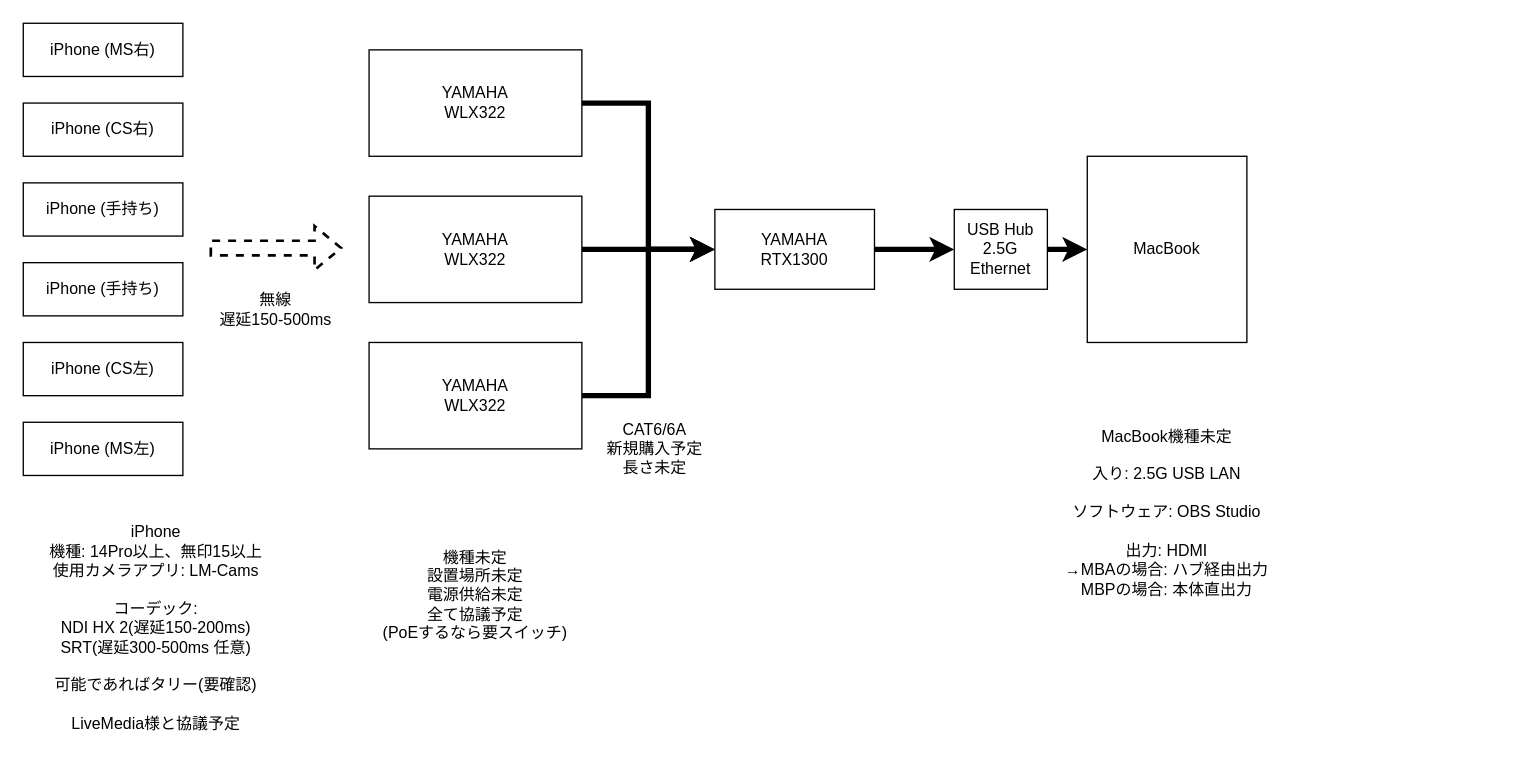
Above: IS祭NW構成図.drawio in mizoyuzu/IS-network (draw.io), before the change. Source tidied: cells renumbered, new cells numbered last; positions are measured from the earlier drawing's top-left corner, leaving out a move shared by most shapes. Both pictures are drawn from the tidied source at 133%, with x=0, y=0 at pixel (23, 23).
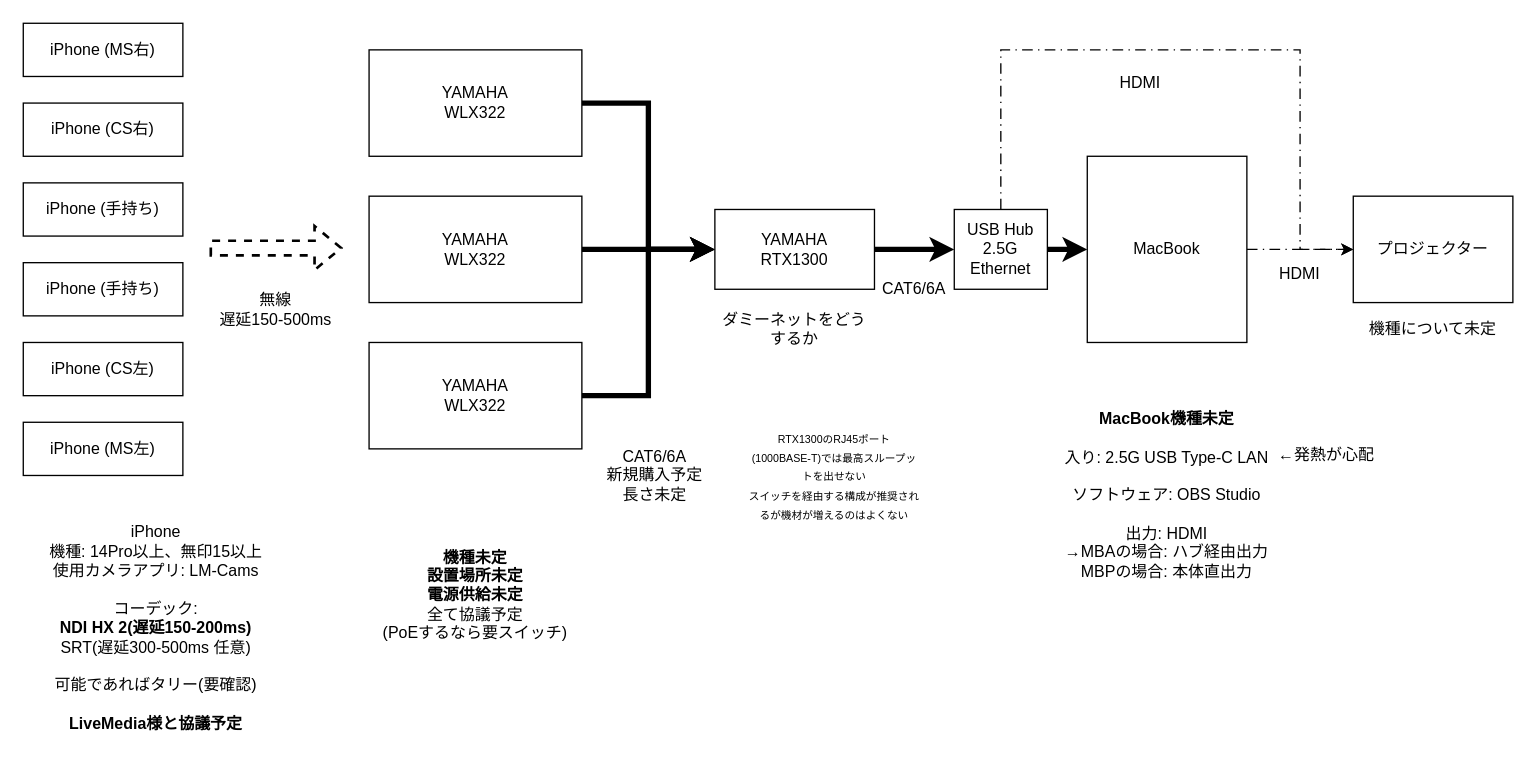
Above is the later version.

Commit message:
IS祭NW構成図.drawio を更新

Unchanged cells that the change refers to:
```xml
<mxCell id="21" value="MacBook" style="whiteSpace=wrap;html=1;rounded=0;" parent="1" vertex="1">
  <mxGeometry x="800" y="100" width="120" height="140" as="geometry" />
</mxCell>
<mxCell id="23" value="&lt;div&gt;USB Hub&lt;/div&gt;&lt;div&gt;2.5G Ethernet&lt;/div&gt;" style="rounded=0;whiteSpace=wrap;html=1;" parent="1" vertex="1">
  <mxGeometry x="700" y="140" width="70" height="60" as="geometry" />
</mxCell>
```

What changed in the source:
```diff
@@
-    <mxCell id="8" value="&lt;div&gt;iPhone&lt;/div&gt;&lt;div&gt;機種: 14Pro以上、無印15以上&lt;/div&gt;&lt;div&gt;使用カメラアプリ: LM-Cams&lt;/div&gt;&lt;div&gt;&lt;br&gt;&lt;/div&gt;&lt;div&gt;コーデック:&lt;/div&gt;&lt;div&gt;NDI HX 2(遅延150-200ms)&lt;/div&gt;&lt;div&gt;SRT(遅延300-500ms 任意)&lt;/div&gt;&lt;div&gt;&lt;br&gt;&lt;/div&gt;&lt;div&gt;可能であればタリー(要確認)&lt;/div&gt;&lt;div&gt;&lt;br&gt;&lt;/div&gt;&lt;div&gt;LiveMedia様と協議予定&lt;/div&gt;" style="text;html=1;whiteSpace=wrap;strokeColor=none;fillColor=none;align=center;verticalAlign=middle;rounded=0;" parent="1" vertex="1">
+    <mxCell id="8" value="&lt;div&gt;iPhone&lt;/div&gt;&lt;div&gt;機種: 14Pro以上、無印15以上&lt;/div&gt;&lt;div&gt;使用カメラアプリ: LM-Cams&lt;/div&gt;&lt;div&gt;&lt;br&gt;&lt;/div&gt;&lt;div&gt;コーデック:&lt;/div&gt;&lt;div&gt;&lt;b&gt;NDI HX 2(遅延150-200ms)&lt;/b&gt;&lt;/div&gt;&lt;div&gt;SRT(遅延300-500ms 任意)&lt;/div&gt;&lt;div&gt;&lt;br&gt;&lt;/div&gt;&lt;div&gt;可能であればタリー(要確認)&lt;/div&gt;&lt;div&gt;&lt;br&gt;&lt;/div&gt;&lt;div&gt;&lt;b&gt;LiveMedia様と協議予定&lt;/b&gt;&lt;/div&gt;" style="text;html=1;whiteSpace=wrap;strokeColor=none;fillColor=none;align=center;verticalAlign=middle;rounded=0;" parent="1" vertex="1">
       <mxGeometry y="360" width="200" height="190" as="geometry" />
     </mxCell>
@@
-    <mxCell id="17" value="&lt;div&gt;機種未定&lt;/div&gt;&lt;div&gt;設置場所未定&lt;/div&gt;&lt;div&gt;電源供給未定&lt;br&gt;全て協議予定&lt;/div&gt;&lt;div&gt;(PoEするなら要スイッチ)&lt;/div&gt;" style="text;html=1;whiteSpace=wrap;strokeColor=none;fillColor=none;align=center;verticalAlign=middle;rounded=0;" parent="1" vertex="1">
+    <mxCell id="17" value="&lt;div&gt;&lt;b&gt;機種未定&lt;/b&gt;&lt;/div&gt;&lt;div&gt;&lt;b&gt;設置場所未定&lt;/b&gt;&lt;/div&gt;&lt;div&gt;&lt;b&gt;電源供給未定&lt;/b&gt;&lt;br&gt;全て協議予定&lt;/div&gt;&lt;div&gt;(PoEするなら要スイッチ)&lt;/div&gt;" style="text;html=1;whiteSpace=wrap;strokeColor=none;fillColor=none;align=center;verticalAlign=middle;rounded=0;" parent="1" vertex="1">
       <mxGeometry x="260" y="380" width="160" height="100" as="geometry" />
     </mxCell>
@@
     <mxCell id="20" value="&lt;div&gt;CAT6/6A&lt;/div&gt;&lt;div&gt;新規購入予定&lt;/div&gt;&lt;div&gt;長さ未定&lt;/div&gt;" style="text;html=1;whiteSpace=wrap;strokeColor=none;fillColor=none;align=center;verticalAlign=middle;rounded=0;" parent="1" vertex="1">
-      <mxGeometry x="420" y="270" width="110" height="100" as="geometry" />
+      <mxGeometry x="420" y="290" width="110" height="100" as="geometry" />
     </mxCell>
+    <mxCell id="25" style="edgeStyle=orthogonalEdgeStyle;rounded=0;jettySize=auto;html=1;dashed=1;dashPattern=8 4 1 4;" parent="1" edge="1" source="21" target="28">
+      <mxGeometry relative="1" as="geometry" />
+    </mxCell>
@@
+    <mxCell id="26" style="edgeStyle=orthogonalEdgeStyle;rounded=0;jettySize=auto;html=1;entryX=0;entryY=0.5;entryDx=0;entryDy=0;dashed=1;dashPattern=8 4 1 4;" parent="1" edge="1" source="23" target="28">
+      <mxGeometry relative="1" as="geometry">
+        <Array as="points">
+          <mxPoint x="735" y="20" />
+          <mxPoint x="960" y="20" />
+          <mxPoint x="960" y="170" />
+        </Array>
+      </mxGeometry>
+    </mxCell>
@@
-    <mxCell id="24" value="&lt;div&gt;MacBook機種未定&lt;/div&gt;&lt;div&gt;&lt;br&gt;&lt;/div&gt;&lt;div&gt;入り: 2.5G USB LAN&lt;/div&gt;&lt;div&gt;&lt;br&gt;&lt;/div&gt;&lt;div&gt;ソフトウェア: OBS Studio&lt;/div&gt;&lt;div&gt;&lt;br&gt;&lt;/div&gt;&lt;div&gt;出力: HDMI&lt;/div&gt;&lt;div&gt;→MBAの場合: ハブ経由出力&lt;/div&gt;&lt;div&gt;MBPの場合: 本体直出力&lt;/div&gt;&lt;div&gt;&lt;br&gt;&lt;/div&gt;" style="text;html=1;whiteSpace=wrap;strokeColor=none;fillColor=none;align=center;verticalAlign=middle;rounded=0;" parent="1" vertex="1">
-      <mxGeometry x="760" y="280" width="200" height="190" as="geometry" />
+    <mxCell id="24" value="&lt;div&gt;&lt;b&gt;MacBook機種未定&lt;/b&gt;&lt;/div&gt;&lt;div&gt;&lt;br&gt;&lt;/div&gt;&lt;div&gt;入り: 2.5G USB Type-C LAN&lt;/div&gt;&lt;div&gt;&lt;br&gt;&lt;/div&gt;&lt;div&gt;ソフトウェア: OBS Studio&lt;/div&gt;&lt;div&gt;&lt;br&gt;&lt;/div&gt;&lt;div&gt;出力: HDMI&lt;/div&gt;&lt;div&gt;→MBAの場合: ハブ経由出力&lt;/div&gt;&lt;div&gt;MBPの場合: 本体直出力&lt;/div&gt;" style="text;html=1;whiteSpace=wrap;strokeColor=none;fillColor=none;align=center;verticalAlign=middle;rounded=0;" parent="1" vertex="1">
+      <mxGeometry x="760" y="260" width="200" height="190" as="geometry" />
     </mxCell>
+    <mxCell id="27" value="&lt;div&gt;ダミーネットをどうするか&lt;/div&gt;" style="text;html=1;whiteSpace=wrap;strokeColor=none;fillColor=none;align=center;verticalAlign=middle;rounded=0;" parent="1" vertex="1">
+      <mxGeometry x="525" y="200" width="110" height="60" as="geometry" />
+    </mxCell>
+    <mxCell id="28" value="プロジェクター" style="whiteSpace=wrap;html=1;rounded=0;" parent="1" vertex="1">
+      <mxGeometry x="1000" y="130" width="120" height="80" as="geometry" />
+    </mxCell>
+    <mxCell id="29" value="CAT6/6A" style="text;html=1;whiteSpace=wrap;strokeColor=none;fillColor=none;align=center;verticalAlign=middle;rounded=0;" parent="1" vertex="1">
+      <mxGeometry x="640" y="185" width="60" height="30" as="geometry" />
+    </mxCell>
+    <mxCell id="30" value="HDMI" style="text;html=1;whiteSpace=wrap;strokeColor=none;fillColor=none;align=center;verticalAlign=middle;rounded=0;" parent="1" vertex="1">
+      <mxGeometry x="930" y="174" width="60" height="30" as="geometry" />
+    </mxCell>
+    <mxCell id="31" value="HDMI" style="text;html=1;whiteSpace=wrap;strokeColor=none;fillColor=none;align=center;verticalAlign=middle;rounded=0;" parent="1" vertex="1">
+      <mxGeometry x="810" y="30" width="60" height="30" as="geometry" />
+    </mxCell>
+    <mxCell id="32" value="←発熱が心配" style="text;html=1;whiteSpace=wrap;strokeColor=none;fillColor=none;align=center;verticalAlign=middle;rounded=0;" parent="1" vertex="1">
+      <mxGeometry x="940" y="310" width="80" height="30" as="geometry" />
+    </mxCell>
+    <mxCell id="33" value="&lt;div&gt;&lt;font style=&quot;font-size: 8px;&quot;&gt;RTX1300のRJ45ポート(1000BASE-T)では最高スループットを出せない&lt;/font&gt;&lt;/div&gt;&lt;div&gt;&lt;font style=&quot;font-size: 8px;&quot;&gt;スイッチを経由する構成が推奨されるが機材が増えるのはよくない&lt;/font&gt;&lt;/div&gt;" style="text;html=1;whiteSpace=wrap;strokeColor=none;fillColor=none;align=center;verticalAlign=middle;rounded=0;" parent="1" vertex="1">
+      <mxGeometry x="545" y="280" width="130" height="120" as="geometry" />
+    </mxCell>
+    <mxCell id="34" value="機種について未定" style="text;html=1;whiteSpace=wrap;strokeColor=none;fillColor=none;align=center;verticalAlign=middle;rounded=0;" parent="1" vertex="1">
+      <mxGeometry x="1010" y="215" width="100" height="30" as="geometry" />
+    </mxCell>
```
